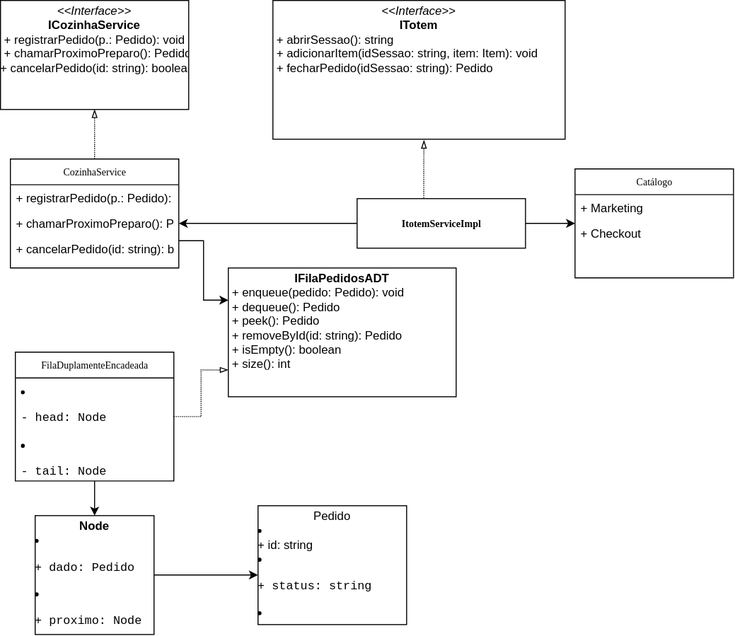
Above: arquitetura_classes.drawio.svg in guaxis/Fast-food.Kds (draw.io), before the change. Source tidied: cells renumbered, new cells last; positions are measured from the earlier drawing's top-left corner, leaving out a move shared by most shapes.
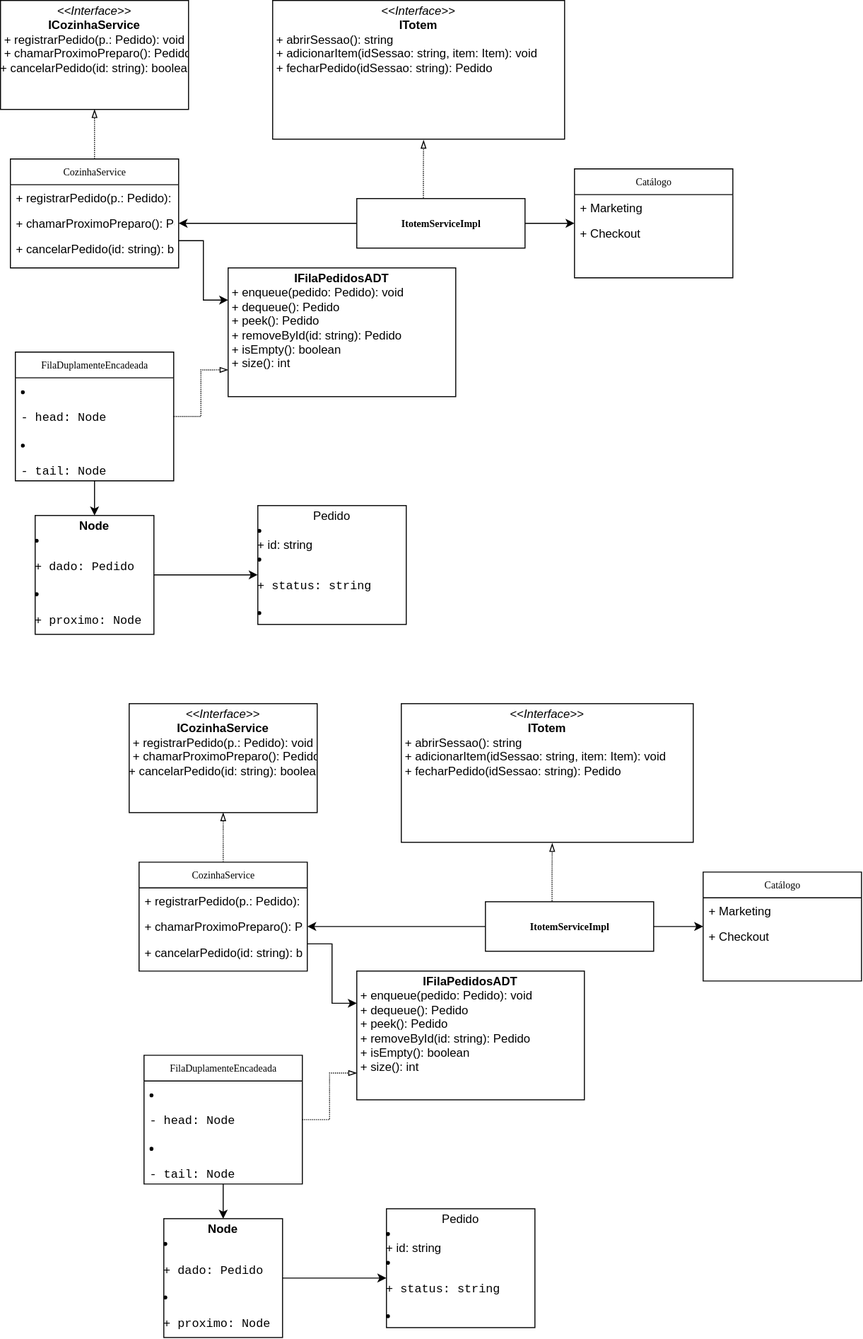
Later version of the same file.

The edit, as a diff of the source:
```diff
@@ -1,4 +1,4 @@
-<mxGraphModel>
+<mxGraphModel background="light-dark(#ffffff, #121212)">
   <root>
     <mxCell id="0" />
     <mxCell id="1" parent="0" />
@@ -73,5 +73,76 @@
     <mxCell id="24" style="edgeStyle=orthogonalEdgeStyle;rounded=0;jettySize=auto;html=1;entryX=-0.001;entryY=0.583;entryDx=0;entryDy=0;entryPerimeter=0;defaultLabelBackgroundColor=page;" parent="1" edge="1" source="21" target="22">
       <mxGeometry relative="1" as="geometry" />
     </mxCell>
+    <mxCell id="25" style="edgeStyle=orthogonalEdgeStyle;rounded=0;jettySize=auto;html=1;defaultLabelBackgroundColor=page;dashed=1;dashPattern=1 1;endArrow=blockThin;endFill=0;" parent="1" edge="1" source="27" target="43">
+      <mxGeometry relative="1" as="geometry" />
+    </mxCell>
+    <mxCell id="26" style="edgeStyle=orthogonalEdgeStyle;rounded=0;jettySize=auto;html=1;exitX=1;exitY=0.75;exitDx=0;exitDy=0;entryX=0;entryY=0.25;entryDx=0;entryDy=0;defaultLabelBackgroundColor=page;" parent="1" edge="1" source="27" target="37">
+      <mxGeometry relative="1" as="geometry" />
+    </mxCell>
+    <mxCell id="27" value="CozinhaService" style="swimlane;html=1;fontStyle=0;horizontal=1;startSize=26;fillColor=none;swimlaneFillColor=#ffffff;rounded=0;shadow=0;comic=0;labelBackgroundColor=none;strokeWidth=1;fontFamily=Verdana;fontSize=10;align=center;" parent="1" vertex="1">
+      <mxGeometry x="140" y="870" width="170" height="110" as="geometry" />
+    </mxCell>
+    <mxCell id="28" value="&lt;span style=&quot;white-space: nowrap;&quot;&gt;+ registrarPedido(p.: Pedido): void&lt;/span&gt;" style="text;html=1;strokeColor=none;fillColor=none;align=left;verticalAlign=top;spacingLeft=4;spacingRight=4;whiteSpace=wrap;overflow=hidden;" parent="27" vertex="1">
+      <mxGeometry y="26" width="170" height="26" as="geometry" />
+    </mxCell>
+    <mxCell id="29" value="&lt;span style=&quot;white-space: nowrap;&quot;&gt;+ chamarProximoPreparo(): Pedido&lt;/span&gt;" style="text;html=1;strokeColor=none;fillColor=none;align=left;verticalAlign=top;spacingLeft=4;spacingRight=4;whiteSpace=wrap;overflow=hidden;points=[[0,0.5],[1,0.5]];portConstraint=eastwest;" parent="27" vertex="1">
+      <mxGeometry y="52" width="170" height="26" as="geometry" />
+    </mxCell>
+    <mxCell id="30" value="&lt;span style=&quot;white-space: nowrap;&quot;&gt;+ cancelarPedido(id: string): boolean&lt;/span&gt;&lt;div&gt;&lt;span style=&quot;white-space: nowrap;&quot;&gt;&lt;br&gt;&lt;/span&gt;&lt;/div&gt;" style="text;html=1;strokeColor=none;fillColor=none;align=left;verticalAlign=top;spacingLeft=4;spacingRight=4;whiteSpace=wrap;overflow=hidden;" parent="27" vertex="1">
+      <mxGeometry y="78" width="170" height="26" as="geometry" />
+    </mxCell>
+    <mxCell id="31" value="Catálogo " style="swimlane;html=1;fontStyle=0;horizontal=1;startSize=26;fillColor=none;swimlaneFillColor=#ffffff;rounded=0;shadow=0;comic=0;labelBackgroundColor=none;strokeWidth=1;fontFamily=Verdana;fontSize=10;align=center;" parent="1" vertex="1">
+      <mxGeometry x="710" y="880" width="160" height="110" as="geometry" />
+    </mxCell>
+    <mxCell id="32" value="+ Marketing" style="text;html=1;strokeColor=none;fillColor=none;align=left;verticalAlign=top;spacingLeft=4;spacingRight=4;whiteSpace=wrap;overflow=hidden;" parent="31" vertex="1">
+      <mxGeometry y="26" width="160" height="26" as="geometry" />
+    </mxCell>
+    <mxCell id="33" value="+ Checkout " style="text;html=1;strokeColor=none;fillColor=none;align=left;verticalAlign=top;spacingLeft=4;spacingRight=4;whiteSpace=wrap;overflow=hidden;" parent="31" vertex="1">
+      <mxGeometry y="52" width="160" height="26" as="geometry" />
+    </mxCell>
+    <mxCell id="34" style="edgeStyle=orthogonalEdgeStyle;rounded=0;jettySize=auto;html=1;entryX=0.5;entryY=0;entryDx=0;entryDy=0;defaultLabelBackgroundColor=page;" parent="1" edge="1" source="35" target="44">
+      <mxGeometry relative="1" as="geometry" />
+    </mxCell>
+    <mxCell id="35" value="FilaDuplamenteEncadeada" style="swimlane;html=1;fontStyle=0;horizontal=1;startSize=26;fillColor=none;swimlaneFillColor=#ffffff;rounded=0;shadow=0;comic=0;labelBackgroundColor=none;strokeWidth=1;fontFamily=Verdana;fontSize=10;align=center;" parent="1" vertex="1">
+      <mxGeometry x="145" y="1065" width="160" height="130" as="geometry" />
+    </mxCell>
+    <mxCell id="36" value="&lt;li&gt;&lt;p&gt;&lt;code&gt;- head: Node&lt;/code&gt;&lt;/p&gt;&lt;/li&gt;&lt;li&gt;&lt;p&gt;&lt;code&gt;- tail: Node&lt;/code&gt;&lt;/p&gt;&lt;/li&gt;&lt;li&gt;&lt;p&gt;&lt;code&gt;- totalElementos: int&lt;/code&gt;&lt;/p&gt;&lt;/li&gt;" style="text;html=1;strokeColor=none;fillColor=none;align=left;verticalAlign=top;spacingLeft=4;spacingRight=4;whiteSpace=wrap;overflow=hidden;" parent="35" vertex="1">
+      <mxGeometry y="26" width="160" height="104" as="geometry" />
+    </mxCell>
+    <mxCell id="37" value="&lt;p style=&quot;margin:0px;margin-top:4px;text-align:center;&quot;&gt;&lt;b&gt;IFilaPedidosADT&lt;/b&gt;&lt;/p&gt;&lt;p style=&quot;margin:0px;margin-left:4px;&quot;&gt;+&amp;nbsp;enqueue(pedido: Pedido): void&lt;br&gt;+&amp;nbsp;dequeue(): Pedido&lt;br&gt;+ peek(): Pedido&lt;br&gt;+ removeById(id: string): Pedido&lt;br&gt;+ isEmpty(): boolean&lt;br&gt;+ size(): int&lt;/p&gt;&lt;p style=&quot;margin:0px;margin-left:4px;&quot;&gt;&lt;br&gt;&lt;/p&gt;" style="verticalAlign=top;align=left;overflow=fill;fontSize=12;fontFamily=Helvetica;html=1;rounded=0;shadow=0;comic=0;labelBackgroundColor=none;strokeWidth=1;" parent="1" vertex="1">
+      <mxGeometry x="360" y="980" width="230" height="130" as="geometry" />
+    </mxCell>
+    <mxCell id="38" value="&lt;p style=&quot;margin:0px;margin-top:4px;text-align:center;&quot;&gt;&lt;i&gt;&amp;lt;&amp;lt;Interface&amp;gt;&amp;gt;&lt;b&gt;&lt;br&gt;&lt;/b&gt;&lt;/i&gt;&lt;b&gt;ITotem&lt;/b&gt;&lt;/p&gt;&lt;p style=&quot;margin:0px;margin-left:4px;&quot;&gt;+&amp;nbsp;abrirSessao(): string&lt;br&gt;+ adicionarItem(idSessao: string, item: Item): void&lt;/p&gt;&lt;p style=&quot;margin:0px;margin-left:4px;&quot;&gt;+ fecharPedido(idSessao: string): Pedido&lt;/p&gt;" style="verticalAlign=top;align=left;overflow=fill;fontSize=12;fontFamily=Helvetica;html=1;rounded=0;shadow=0;comic=0;labelBackgroundColor=none;strokeWidth=1;" parent="1" vertex="1">
+      <mxGeometry x="405" y="710" width="295" height="140" as="geometry" />
+    </mxCell>
+    <mxCell id="39" style="edgeStyle=orthogonalEdgeStyle;rounded=0;jettySize=auto;html=1;entryX=0;entryY=0.5;entryDx=0;entryDy=0;defaultLabelBackgroundColor=page;" parent="1" edge="1" source="42" target="31">
+      <mxGeometry relative="1" as="geometry" />
+    </mxCell>
+    <mxCell id="40" style="edgeStyle=orthogonalEdgeStyle;rounded=0;jettySize=auto;html=1;exitX=0.396;exitY=-0.013;exitDx=0;exitDy=0;defaultLabelBackgroundColor=page;dashed=1;dashPattern=1 1;endArrow=blockThin;endFill=0;exitPerimeter=0;" parent="1" edge="1" source="42">
+      <mxGeometry x="0.1" relative="1" as="geometry">
+        <mxPoint x="557.5" y="851" as="targetPoint" />
+      </mxGeometry>
+    </mxCell>
+    <mxCell id="41" style="edgeStyle=orthogonalEdgeStyle;rounded=0;jettySize=auto;html=1;entryX=1;entryY=0.5;entryDx=0;entryDy=0;defaultLabelBackgroundColor=page;" parent="1" edge="1" source="42" target="29">
+      <mxGeometry relative="1" as="geometry" />
+    </mxCell>
+    <mxCell id="42" value="&lt;div style=&quot;text-align: justify;&quot;&gt;&lt;b style=&quot;background-color: transparent; color: light-dark(#000000, var(--ge-light-color, #ffffff));&quot;&gt;ItotemServiceImpl&lt;/b&gt;&lt;/div&gt;" style="html=1;rounded=0;shadow=0;comic=0;labelBackgroundColor=none;strokeWidth=1;fontFamily=Verdana;fontSize=10;align=center;" parent="1" vertex="1">
+      <mxGeometry x="490" y="910" width="170" height="50" as="geometry" />
+    </mxCell>
+    <mxCell id="43" value="&lt;p style=&quot;margin:0px;margin-top:4px;text-align:center;&quot;&gt;&lt;i&gt;&amp;lt;&amp;lt;Interface&amp;gt;&amp;gt;&lt;b&gt;&lt;br&gt;&lt;/b&gt;&lt;/i&gt;&lt;b&gt;ICozinhaService&lt;/b&gt;&lt;/p&gt;&lt;p style=&quot;margin:0px;margin-left:4px;&quot;&gt;&lt;span style=&quot;background-color: transparent; color: light-dark(#000000, var(--ge-light-color, #ffffff));&quot;&gt;+ registrarPedido(p.: Pedido): void&lt;br&gt;&lt;/span&gt;+ chamarProximoPreparo(): Pedido&lt;br&gt;&lt;/p&gt;+ cancelarPedido(id: string): boolean&lt;p style=&quot;margin:0px;margin-left:4px;&quot;&gt;&lt;br&gt;&lt;/p&gt;" style="verticalAlign=top;align=left;overflow=fill;fontSize=12;fontFamily=Helvetica;html=1;rounded=0;shadow=0;comic=0;labelBackgroundColor=none;strokeWidth=1;" parent="1" vertex="1">
+      <mxGeometry x="130" y="710" width="190" height="110" as="geometry" />
+    </mxCell>
+    <mxCell id="44" value="&lt;p style=&quot;margin:0px;margin-top:4px;text-align:center;&quot;&gt;&lt;span style=&quot;background-color: transparent; color: light-dark(#000000, var(--ge-light-color, #ffffff)); text-align: left;&quot;&gt;&lt;b&gt;Node&lt;/b&gt;&lt;/span&gt;&lt;/p&gt;&lt;li&gt;&lt;p&gt;&lt;code&gt;+ dado: Pedido&lt;/code&gt;&lt;/p&gt;&lt;/li&gt;&lt;li&gt;&lt;p&gt;&lt;code&gt;+ proximo: Node&lt;/code&gt;&lt;/p&gt;&lt;/li&gt;&lt;li&gt;&lt;p&gt;&lt;code&gt;+ anterior: Node&lt;/code&gt;&lt;/p&gt;&lt;/li&gt;" style="verticalAlign=top;align=left;overflow=fill;fontSize=12;fontFamily=Helvetica;html=1;rounded=0;shadow=0;comic=0;labelBackgroundColor=none;strokeWidth=1;" parent="1" vertex="1">
+      <mxGeometry x="165" y="1230" width="120" height="120" as="geometry" />
+    </mxCell>
+    <mxCell id="45" value="&lt;p style=&quot;margin:0px;margin-top:4px;text-align:center;&quot;&gt;Pedido&lt;/p&gt;&lt;li&gt;&lt;span style=&quot;background-color: transparent; color: light-dark(#000000, var(--ge-light-color, #ffffff));&quot;&gt;&lt;br&gt;+ id: string&lt;/span&gt;&lt;/li&gt;&lt;li&gt;&lt;p&gt;&lt;code&gt;+ status: string&lt;/code&gt;&lt;/p&gt;&lt;/li&gt;&lt;li&gt;&lt;p&gt;&lt;code&gt;+ total: double&lt;/code&gt;&lt;/p&gt;&lt;/li&gt;" style="verticalAlign=top;align=left;overflow=fill;fontSize=12;fontFamily=Helvetica;html=1;rounded=0;shadow=0;comic=0;labelBackgroundColor=none;strokeWidth=1;" parent="1" vertex="1">
+      <mxGeometry x="390" y="1220" width="150" height="120" as="geometry" />
+    </mxCell>
+    <mxCell id="46" style="edgeStyle=orthogonalEdgeStyle;rounded=0;jettySize=auto;html=1;entryX=0;entryY=0.792;entryDx=0;entryDy=0;entryPerimeter=0;defaultLabelBackgroundColor=page;endArrow=blockThin;endFill=0;dashed=1;dashPattern=1 1;" parent="1" edge="1" source="35" target="37">
+      <mxGeometry relative="1" as="geometry" />
+    </mxCell>
+    <mxCell id="47" style="edgeStyle=orthogonalEdgeStyle;rounded=0;jettySize=auto;html=1;entryX=-0.001;entryY=0.583;entryDx=0;entryDy=0;entryPerimeter=0;defaultLabelBackgroundColor=page;" parent="1" edge="1" source="44" target="45">
+      <mxGeometry relative="1" as="geometry" />
+    </mxCell>
   </root>
 </mxGraphModel>
```
